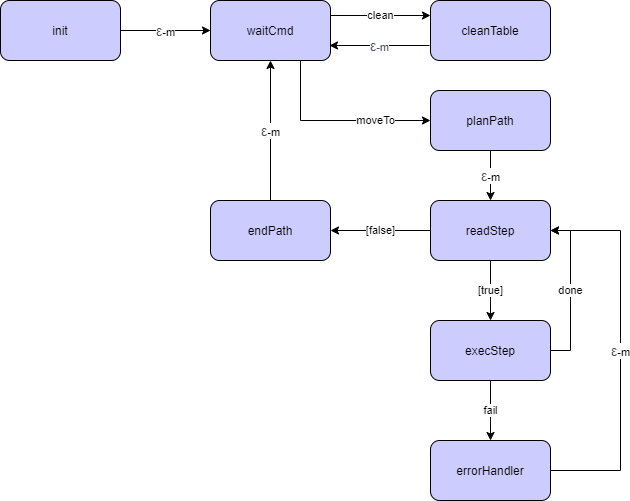
Earlier version of the draw.io export SprintIniziale/img/newEngine.png (dariodenardi/TeaRoom-Ing.Software-Systems-Unibo). Source tidied: cells renumbered, new cells last; positions are measured from the earlier drawing's top-left corner, leaving out a move shared by most shapes. Its diagram source:
```xml
<mxGraphModel>
  <root>
    <mxCell id="0" />
    <mxCell id="1" parent="0" />
    <mxCell id="2" value="&lt;span style=&quot;color: rgb(77 , 81 , 86) ; font-family: &amp;#34;arial&amp;#34; , sans-serif ; font-size: 14px ; text-align: left&quot;&gt;ε&lt;/span&gt;-m" style="edgeStyle=orthogonalEdgeStyle;rounded=0;jettySize=auto;html=1;exitX=1;exitY=0.5;exitDx=0;exitDy=0;entryX=0;entryY=0.5;entryDx=0;entryDy=0;" parent="1" edge="1" source="3" target="6">
      <mxGeometry relative="1" as="geometry" />
    </mxCell>
    <mxCell id="3" value="init" style="rounded=1;whiteSpace=wrap;html=1;fillColor=#CCCCFF;" parent="1" vertex="1">
      <mxGeometry width="120" height="60" as="geometry" />
    </mxCell>
    <mxCell id="4" value="clean" style="edgeStyle=orthogonalEdgeStyle;rounded=0;jettySize=auto;html=1;exitX=1;exitY=0.25;exitDx=0;exitDy=0;entryX=0;entryY=0.25;entryDx=0;entryDy=0;" parent="1" edge="1" source="6" target="16">
      <mxGeometry relative="1" as="geometry" />
    </mxCell>
    <mxCell id="5" value="moveTo" style="edgeStyle=orthogonalEdgeStyle;rounded=0;jettySize=auto;html=1;exitX=0.75;exitY=1;exitDx=0;exitDy=0;entryX=0;entryY=0.5;entryDx=0;entryDy=0;" parent="1" edge="1" source="6" target="14">
      <mxGeometry x="0.42" relative="1" as="geometry" />
    </mxCell>
    <mxCell id="6" value="waitCmd" style="rounded=1;whiteSpace=wrap;html=1;fillColor=#CCCCFF;" parent="1" vertex="1">
      <mxGeometry x="210" width="120" height="60" as="geometry" />
    </mxCell>
    <mxCell id="7" value="fail" style="edgeStyle=orthogonalEdgeStyle;rounded=0;jettySize=auto;html=1;exitX=0.5;exitY=1;exitDx=0;exitDy=0;entryX=0.5;entryY=0;entryDx=0;entryDy=0;" parent="1" edge="1" source="9" target="20">
      <mxGeometry relative="1" as="geometry" />
    </mxCell>
    <mxCell id="8" value="done" style="edgeStyle=orthogonalEdgeStyle;rounded=0;jettySize=auto;html=1;exitX=1;exitY=0.5;exitDx=0;exitDy=0;entryX=1;entryY=0.5;entryDx=0;entryDy=0;" parent="1" edge="1" source="9" target="12">
      <mxGeometry relative="1" as="geometry" />
    </mxCell>
    <mxCell id="9" value="execStep" style="rounded=1;whiteSpace=wrap;html=1;fillColor=#CCCCFF;" parent="1" vertex="1">
      <mxGeometry x="430" y="320" width="120" height="60" as="geometry" />
    </mxCell>
    <mxCell id="10" value="[true]" style="edgeStyle=orthogonalEdgeStyle;rounded=0;jettySize=auto;html=1;exitX=0.5;exitY=1;exitDx=0;exitDy=0;entryX=0.5;entryY=0;entryDx=0;entryDy=0;" parent="1" edge="1" source="12" target="9">
      <mxGeometry relative="1" as="geometry" />
    </mxCell>
    <mxCell id="11" value="[false]" style="edgeStyle=orthogonalEdgeStyle;rounded=0;jettySize=auto;html=1;exitX=0;exitY=0.5;exitDx=0;exitDy=0;entryX=1;entryY=0.5;entryDx=0;entryDy=0;" parent="1" edge="1" source="12" target="18">
      <mxGeometry relative="1" as="geometry" />
    </mxCell>
    <mxCell id="12" value="readStep" style="rounded=1;whiteSpace=wrap;html=1;fillColor=#CCCCFF;" parent="1" vertex="1">
      <mxGeometry x="430" y="200" width="120" height="60" as="geometry" />
    </mxCell>
    <mxCell id="13" value="&lt;span style=&quot;color: rgb(77 , 81 , 86) ; font-family: &amp;#34;arial&amp;#34; , sans-serif ; font-size: 14px ; text-align: left&quot;&gt;ε&lt;/span&gt;-m" style="edgeStyle=orthogonalEdgeStyle;rounded=0;jettySize=auto;html=1;exitX=0.5;exitY=1;exitDx=0;exitDy=0;entryX=0.5;entryY=0;entryDx=0;entryDy=0;" parent="1" edge="1" source="14" target="12">
      <mxGeometry relative="1" as="geometry" />
    </mxCell>
    <mxCell id="14" value="planPath" style="rounded=1;whiteSpace=wrap;html=1;fillColor=#CCCCFF;" parent="1" vertex="1">
      <mxGeometry x="430" y="90" width="120" height="60" as="geometry" />
    </mxCell>
    <mxCell id="15" value="&lt;div style=&quot;text-align: left&quot;&gt;&lt;span style=&quot;color: rgb(77 , 81 , 86) ; font-family: &amp;#34;arial&amp;#34; , sans-serif ; font-size: 14px&quot;&gt;ε&lt;/span&gt;&lt;span style=&quot;color: rgb(77 , 81 , 86) ; font-family: &amp;#34;arial&amp;#34; , sans-serif&quot;&gt;&lt;font style=&quot;font-size: 11px&quot;&gt;-m&lt;/font&gt;&lt;/span&gt;&lt;br&gt;&lt;/div&gt;" style="edgeStyle=orthogonalEdgeStyle;rounded=0;orthogonalLoop=1;jettySize=auto;html=1;exitX=0;exitY=0.75;exitDx=0;exitDy=0;entryX=1;entryY=0.75;entryDx=0;entryDy=0;" parent="1" edge="1">
      <mxGeometry relative="1" as="geometry">
        <mxPoint x="429" y="45" as="sourcePoint" />
        <mxPoint x="329" y="45" as="targetPoint" />
      </mxGeometry>
    </mxCell>
    <mxCell id="16" value="cleanTable" style="rounded=1;whiteSpace=wrap;html=1;fillColor=#CCCCFF;" parent="1" vertex="1">
      <mxGeometry x="430" width="120" height="60" as="geometry" />
    </mxCell>
    <mxCell id="17" value="&lt;span style=&quot;color: rgb(77 , 81 , 86) ; font-family: &amp;#34;arial&amp;#34; , sans-serif ; font-size: 14px ; text-align: left&quot;&gt;ε&lt;/span&gt;-m" style="edgeStyle=orthogonalEdgeStyle;rounded=0;jettySize=auto;html=1;exitX=0.5;exitY=0;exitDx=0;exitDy=0;entryX=0.5;entryY=1;entryDx=0;entryDy=0;" parent="1" edge="1" source="18" target="6">
      <mxGeometry relative="1" as="geometry" />
    </mxCell>
    <mxCell id="18" value="endPath" style="rounded=1;whiteSpace=wrap;html=1;fillColor=#CCCCFF;" parent="1" vertex="1">
      <mxGeometry x="210" y="200" width="120" height="60" as="geometry" />
    </mxCell>
    <mxCell id="19" value="&lt;span style=&quot;color: rgb(77 , 81 , 86) ; font-family: &amp;#34;arial&amp;#34; , sans-serif ; font-size: 14px ; text-align: left&quot;&gt;ε&lt;/span&gt;-m" style="edgeStyle=orthogonalEdgeStyle;rounded=0;jettySize=auto;html=1;exitX=1;exitY=0.5;exitDx=0;exitDy=0;entryX=1;entryY=0.5;entryDx=0;entryDy=0;" parent="1" edge="1" source="20" target="12">
      <mxGeometry relative="1" as="geometry">
        <Array as="points">
          <mxPoint x="620" y="470" />
          <mxPoint x="620" y="230" />
        </Array>
      </mxGeometry>
    </mxCell>
    <mxCell id="20" value="errorHandler" style="rounded=1;whiteSpace=wrap;html=1;fillColor=#CCCCFF;" parent="1" vertex="1">
      <mxGeometry x="430" y="440" width="120" height="60" as="geometry" />
    </mxCell>
  </root>
</mxGraphModel>
```
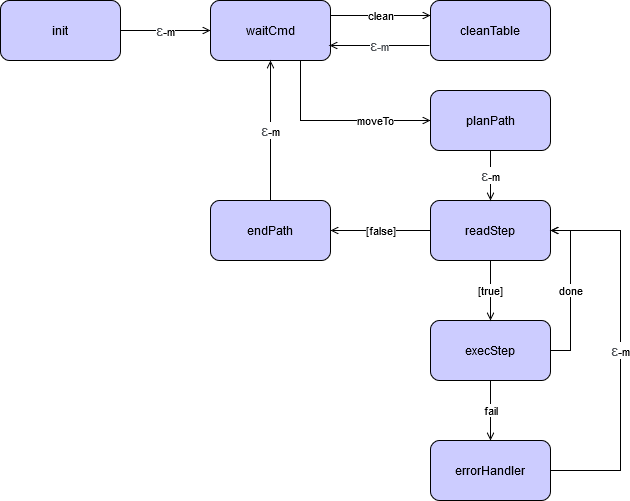
The same file after the commit.

Diff of the diagram source:
```diff
@@ -2,46 +2,46 @@
   <root>
     <mxCell id="0" />
     <mxCell id="1" parent="0" />
-    <mxCell id="2" value="&lt;span style=&quot;color: rgb(77 , 81 , 86) ; font-family: &amp;#34;arial&amp;#34; , sans-serif ; font-size: 14px ; text-align: left&quot;&gt;ε&lt;/span&gt;-m" style="edgeStyle=orthogonalEdgeStyle;rounded=0;jettySize=auto;html=1;exitX=1;exitY=0.5;exitDx=0;exitDy=0;entryX=0;entryY=0.5;entryDx=0;entryDy=0;" parent="1" edge="1" source="3" target="6">
+    <mxCell id="2" value="&lt;span style=&quot;color: rgb(77 , 81 , 86) ; font-family: &amp;#34;arial&amp;#34; , sans-serif ; font-size: 14px ; text-align: left&quot;&gt;ε&lt;/span&gt;-m" style="edgeStyle=orthogonalEdgeStyle;rounded=0;jettySize=auto;html=1;exitX=1;exitY=0.5;exitDx=0;exitDy=0;entryX=0;entryY=0.5;entryDx=0;entryDy=0;endArrow=open;endFill=0;" parent="1" edge="1" source="3" target="6">
       <mxGeometry relative="1" as="geometry" />
     </mxCell>
     <mxCell id="3" value="init" style="rounded=1;whiteSpace=wrap;html=1;fillColor=#CCCCFF;" parent="1" vertex="1">
       <mxGeometry width="120" height="60" as="geometry" />
     </mxCell>
-    <mxCell id="4" value="clean" style="edgeStyle=orthogonalEdgeStyle;rounded=0;jettySize=auto;html=1;exitX=1;exitY=0.25;exitDx=0;exitDy=0;entryX=0;entryY=0.25;entryDx=0;entryDy=0;" parent="1" edge="1" source="6" target="16">
+    <mxCell id="4" value="clean" style="edgeStyle=orthogonalEdgeStyle;rounded=0;jettySize=auto;html=1;exitX=1;exitY=0.25;exitDx=0;exitDy=0;entryX=0;entryY=0.25;entryDx=0;entryDy=0;endArrow=open;endFill=0;" parent="1" edge="1" source="6" target="16">
       <mxGeometry relative="1" as="geometry" />
     </mxCell>
-    <mxCell id="5" value="moveTo" style="edgeStyle=orthogonalEdgeStyle;rounded=0;jettySize=auto;html=1;exitX=0.75;exitY=1;exitDx=0;exitDy=0;entryX=0;entryY=0.5;entryDx=0;entryDy=0;" parent="1" edge="1" source="6" target="14">
+    <mxCell id="5" value="moveTo" style="edgeStyle=orthogonalEdgeStyle;rounded=0;jettySize=auto;html=1;exitX=0.75;exitY=1;exitDx=0;exitDy=0;entryX=0;entryY=0.5;entryDx=0;entryDy=0;endArrow=open;endFill=0;" parent="1" edge="1" source="6" target="14">
       <mxGeometry x="0.42" relative="1" as="geometry" />
     </mxCell>
     <mxCell id="6" value="waitCmd" style="rounded=1;whiteSpace=wrap;html=1;fillColor=#CCCCFF;" parent="1" vertex="1">
       <mxGeometry x="210" width="120" height="60" as="geometry" />
     </mxCell>
-    <mxCell id="7" value="fail" style="edgeStyle=orthogonalEdgeStyle;rounded=0;jettySize=auto;html=1;exitX=0.5;exitY=1;exitDx=0;exitDy=0;entryX=0.5;entryY=0;entryDx=0;entryDy=0;" parent="1" edge="1" source="9" target="20">
+    <mxCell id="7" value="fail" style="edgeStyle=orthogonalEdgeStyle;rounded=0;jettySize=auto;html=1;exitX=0.5;exitY=1;exitDx=0;exitDy=0;entryX=0.5;entryY=0;entryDx=0;entryDy=0;endArrow=open;endFill=0;" parent="1" edge="1" source="9" target="20">
       <mxGeometry relative="1" as="geometry" />
     </mxCell>
-    <mxCell id="8" value="done" style="edgeStyle=orthogonalEdgeStyle;rounded=0;jettySize=auto;html=1;exitX=1;exitY=0.5;exitDx=0;exitDy=0;entryX=1;entryY=0.5;entryDx=0;entryDy=0;" parent="1" edge="1" source="9" target="12">
+    <mxCell id="8" value="done" style="edgeStyle=orthogonalEdgeStyle;rounded=0;jettySize=auto;html=1;exitX=1;exitY=0.5;exitDx=0;exitDy=0;entryX=1;entryY=0.5;entryDx=0;entryDy=0;endArrow=open;endFill=0;" parent="1" edge="1" source="9" target="12">
       <mxGeometry relative="1" as="geometry" />
     </mxCell>
     <mxCell id="9" value="execStep" style="rounded=1;whiteSpace=wrap;html=1;fillColor=#CCCCFF;" parent="1" vertex="1">
       <mxGeometry x="430" y="320" width="120" height="60" as="geometry" />
     </mxCell>
-    <mxCell id="10" value="[true]" style="edgeStyle=orthogonalEdgeStyle;rounded=0;jettySize=auto;html=1;exitX=0.5;exitY=1;exitDx=0;exitDy=0;entryX=0.5;entryY=0;entryDx=0;entryDy=0;" parent="1" edge="1" source="12" target="9">
+    <mxCell id="10" value="[true]" style="edgeStyle=orthogonalEdgeStyle;rounded=0;jettySize=auto;html=1;exitX=0.5;exitY=1;exitDx=0;exitDy=0;entryX=0.5;entryY=0;entryDx=0;entryDy=0;endArrow=open;endFill=0;" parent="1" edge="1" source="12" target="9">
       <mxGeometry relative="1" as="geometry" />
     </mxCell>
-    <mxCell id="11" value="[false]" style="edgeStyle=orthogonalEdgeStyle;rounded=0;jettySize=auto;html=1;exitX=0;exitY=0.5;exitDx=0;exitDy=0;entryX=1;entryY=0.5;entryDx=0;entryDy=0;" parent="1" edge="1" source="12" target="18">
+    <mxCell id="11" value="[false]" style="edgeStyle=orthogonalEdgeStyle;rounded=0;jettySize=auto;html=1;exitX=0;exitY=0.5;exitDx=0;exitDy=0;entryX=1;entryY=0.5;entryDx=0;entryDy=0;endArrow=open;endFill=0;" parent="1" edge="1" source="12" target="18">
       <mxGeometry relative="1" as="geometry" />
     </mxCell>
     <mxCell id="12" value="readStep" style="rounded=1;whiteSpace=wrap;html=1;fillColor=#CCCCFF;" parent="1" vertex="1">
       <mxGeometry x="430" y="200" width="120" height="60" as="geometry" />
     </mxCell>
-    <mxCell id="13" value="&lt;span style=&quot;color: rgb(77 , 81 , 86) ; font-family: &amp;#34;arial&amp;#34; , sans-serif ; font-size: 14px ; text-align: left&quot;&gt;ε&lt;/span&gt;-m" style="edgeStyle=orthogonalEdgeStyle;rounded=0;jettySize=auto;html=1;exitX=0.5;exitY=1;exitDx=0;exitDy=0;entryX=0.5;entryY=0;entryDx=0;entryDy=0;" parent="1" edge="1" source="14" target="12">
+    <mxCell id="13" value="&lt;span style=&quot;color: rgb(77 , 81 , 86) ; font-family: &amp;#34;arial&amp;#34; , sans-serif ; font-size: 14px ; text-align: left&quot;&gt;ε&lt;/span&gt;-m" style="edgeStyle=orthogonalEdgeStyle;rounded=0;jettySize=auto;html=1;exitX=0.5;exitY=1;exitDx=0;exitDy=0;entryX=0.5;entryY=0;entryDx=0;entryDy=0;endArrow=open;endFill=0;" parent="1" edge="1" source="14" target="12">
       <mxGeometry relative="1" as="geometry" />
     </mxCell>
     <mxCell id="14" value="planPath" style="rounded=1;whiteSpace=wrap;html=1;fillColor=#CCCCFF;" parent="1" vertex="1">
       <mxGeometry x="430" y="90" width="120" height="60" as="geometry" />
     </mxCell>
-    <mxCell id="15" value="&lt;div style=&quot;text-align: left&quot;&gt;&lt;span style=&quot;color: rgb(77 , 81 , 86) ; font-family: &amp;#34;arial&amp;#34; , sans-serif ; font-size: 14px&quot;&gt;ε&lt;/span&gt;&lt;span style=&quot;color: rgb(77 , 81 , 86) ; font-family: &amp;#34;arial&amp;#34; , sans-serif&quot;&gt;&lt;font style=&quot;font-size: 11px&quot;&gt;-m&lt;/font&gt;&lt;/span&gt;&lt;br&gt;&lt;/div&gt;" style="edgeStyle=orthogonalEdgeStyle;rounded=0;orthogonalLoop=1;jettySize=auto;html=1;exitX=0;exitY=0.75;exitDx=0;exitDy=0;entryX=1;entryY=0.75;entryDx=0;entryDy=0;" parent="1" edge="1">
+    <mxCell id="15" value="&lt;div style=&quot;text-align: left&quot;&gt;&lt;span style=&quot;color: rgb(77 , 81 , 86) ; font-family: &amp;quot;arial&amp;quot; , sans-serif ; font-size: 14px&quot;&gt;ε&lt;/span&gt;&lt;span style=&quot;color: rgb(77 , 81 , 86) ; font-family: &amp;quot;arial&amp;quot; , sans-serif&quot;&gt;&lt;font style=&quot;font-size: 11px&quot;&gt;-m&lt;/font&gt;&lt;/span&gt;&lt;br&gt;&lt;/div&gt;" style="edgeStyle=orthogonalEdgeStyle;rounded=0;orthogonalLoop=1;jettySize=auto;html=1;exitX=0;exitY=0.75;exitDx=0;exitDy=0;entryX=1;entryY=0.75;entryDx=0;entryDy=0;endArrow=open;endFill=0;labelBackgroundColor=#ffffff;" parent="1" edge="1">
       <mxGeometry relative="1" as="geometry">
         <mxPoint x="429" y="45" as="sourcePoint" />
         <mxPoint x="329" y="45" as="targetPoint" />
@@ -50,13 +50,13 @@
     <mxCell id="16" value="cleanTable" style="rounded=1;whiteSpace=wrap;html=1;fillColor=#CCCCFF;" parent="1" vertex="1">
       <mxGeometry x="430" width="120" height="60" as="geometry" />
     </mxCell>
-    <mxCell id="17" value="&lt;span style=&quot;color: rgb(77 , 81 , 86) ; font-family: &amp;#34;arial&amp;#34; , sans-serif ; font-size: 14px ; text-align: left&quot;&gt;ε&lt;/span&gt;-m" style="edgeStyle=orthogonalEdgeStyle;rounded=0;jettySize=auto;html=1;exitX=0.5;exitY=0;exitDx=0;exitDy=0;entryX=0.5;entryY=1;entryDx=0;entryDy=0;" parent="1" edge="1" source="18" target="6">
+    <mxCell id="17" value="&lt;span style=&quot;color: rgb(77 , 81 , 86) ; font-family: &amp;#34;arial&amp;#34; , sans-serif ; font-size: 14px ; text-align: left&quot;&gt;ε&lt;/span&gt;-m" style="edgeStyle=orthogonalEdgeStyle;rounded=0;jettySize=auto;html=1;exitX=0.5;exitY=0;exitDx=0;exitDy=0;entryX=0.5;entryY=1;entryDx=0;entryDy=0;endArrow=open;endFill=0;" parent="1" edge="1" source="18" target="6">
       <mxGeometry relative="1" as="geometry" />
     </mxCell>
     <mxCell id="18" value="endPath" style="rounded=1;whiteSpace=wrap;html=1;fillColor=#CCCCFF;" parent="1" vertex="1">
       <mxGeometry x="210" y="200" width="120" height="60" as="geometry" />
     </mxCell>
-    <mxCell id="19" value="&lt;span style=&quot;color: rgb(77 , 81 , 86) ; font-family: &amp;#34;arial&amp;#34; , sans-serif ; font-size: 14px ; text-align: left&quot;&gt;ε&lt;/span&gt;-m" style="edgeStyle=orthogonalEdgeStyle;rounded=0;jettySize=auto;html=1;exitX=1;exitY=0.5;exitDx=0;exitDy=0;entryX=1;entryY=0.5;entryDx=0;entryDy=0;" parent="1" edge="1" source="20" target="12">
+    <mxCell id="19" value="&lt;span style=&quot;color: rgb(77 , 81 , 86) ; font-family: &amp;#34;arial&amp;#34; , sans-serif ; font-size: 14px ; text-align: left&quot;&gt;ε&lt;/span&gt;-m" style="edgeStyle=orthogonalEdgeStyle;rounded=0;jettySize=auto;html=1;exitX=1;exitY=0.5;exitDx=0;exitDy=0;entryX=1;entryY=0.5;entryDx=0;entryDy=0;endArrow=open;endFill=0;" parent="1" edge="1" source="20" target="12">
       <mxGeometry relative="1" as="geometry">
         <Array as="points">
           <mxPoint x="620" y="470" />
```
